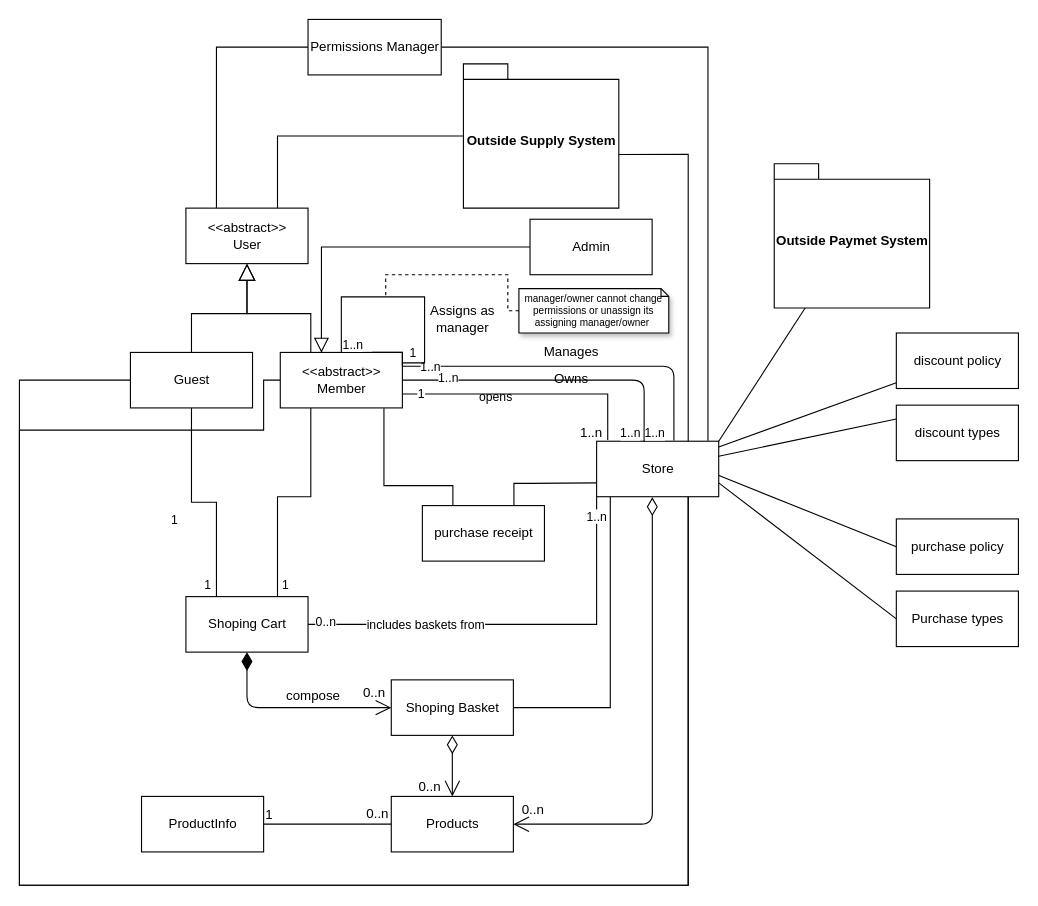
Above: תרשימים/תרשים מחלקות לבן.drawio in LevyIfta/Team-19B-Project (draw.io), before the change. Source tidied: cells renumbered, new cells numbered last; positions are measured from the earlier drawing's top-left corner, leaving out a move shared by most shapes. Both pictures are drawn from the tidied source at 111%, with x=0, y=0 at pixel (19, 19).
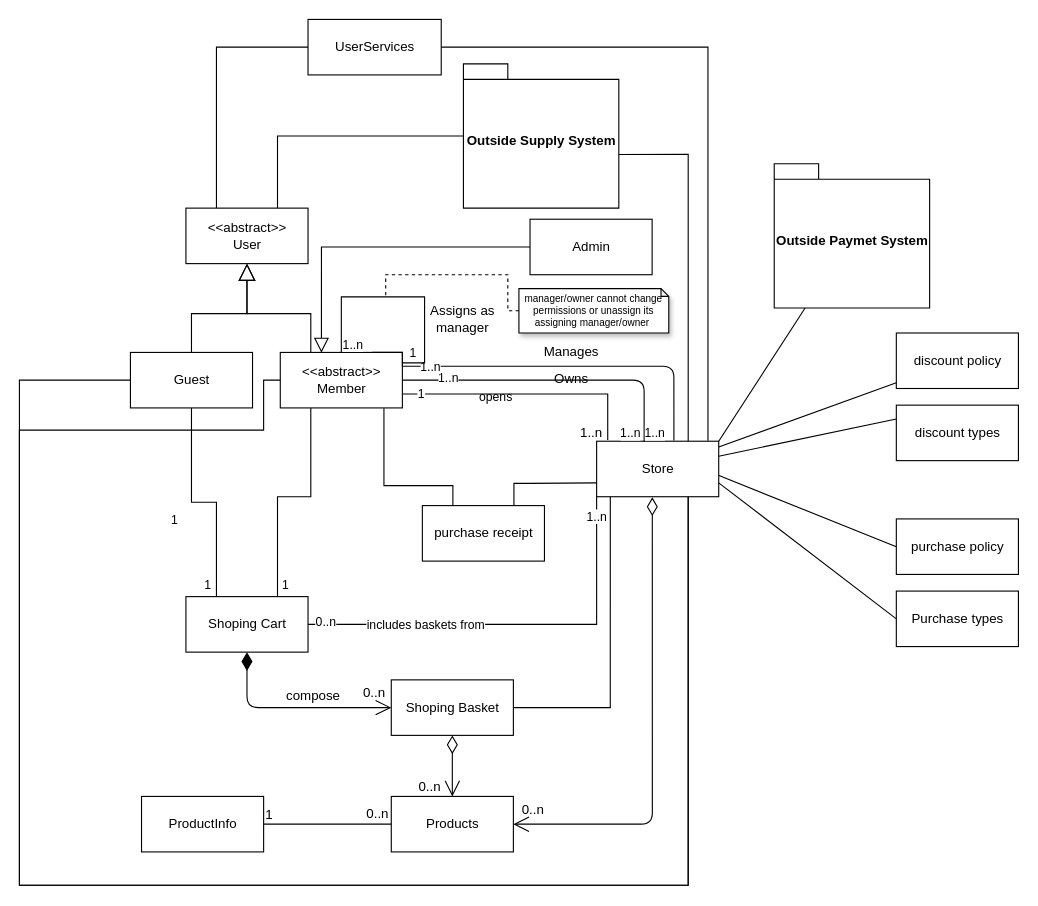
The same diagram, later.

The edit, as a diff of the source:
```diff
@@
-    <mxCell id="73" value="Permissions Manager" style="html=1;" parent="1" vertex="1">
+    <mxCell id="73" value="UserServices" style="html=1;" parent="1" vertex="1">
       <mxGeometry x="260" width="120" height="50" as="geometry" />
     </mxCell>
```
